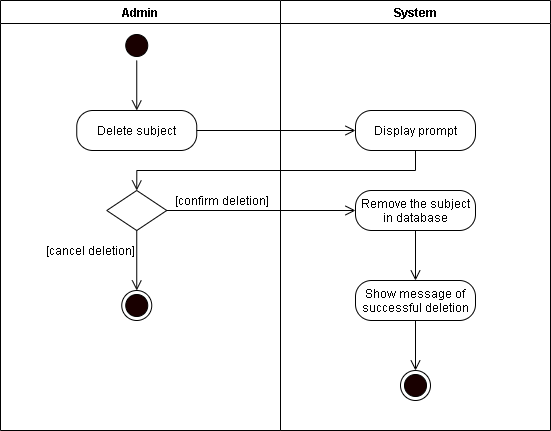
The draw.io diagram REVISIONS/UML-DIAGRAMS/6-9-2021/ACTIVITY DIAGRAM/15-Delete Subject.png in mrklglsn/CAPSTONE-FILES, before a commit. Source tidied: cells renumbered, new cells last; positions are measured from the earlier drawing's top-left corner, leaving out a move shared by most shapes. The source it was exported from:
```xml
<mxGraphModel>
  <root>
    <mxCell id="0" />
    <mxCell id="1" parent="0" />
    <mxCell id="2" value="Admin" style="swimlane;startSize=23;" parent="1" vertex="1">
      <mxGeometry width="280" height="430" as="geometry" />
    </mxCell>
    <mxCell id="3" style="edgeStyle=orthogonalEdgeStyle;rounded=0;jettySize=auto;html=1;exitX=0.5;exitY=1;exitDx=0;exitDy=0;entryX=0.5;entryY=0;entryDx=0;entryDy=0;endArrow=open;endFill=0;endSize=8;" parent="2" edge="1" source="4">
      <mxGeometry relative="1" as="geometry">
        <mxPoint x="136.2" y="110" as="targetPoint" />
      </mxGeometry>
    </mxCell>
    <mxCell id="4" style="ellipse;html=1;shape=startState;fillColor=#190000;" parent="2" vertex="1">
      <mxGeometry x="121.2" y="30" width="30" height="30" as="geometry" />
    </mxCell>
    <mxCell id="5" value="Delete subject" style="rounded=1;whiteSpace=wrap;html=1;arcSize=40;" parent="2" vertex="1">
      <mxGeometry x="76.2" y="110" width="120" height="40" as="geometry" />
    </mxCell>
    <mxCell id="6" style="rhombus;whiteSpace=wrap;html=1;" parent="2" vertex="1">
      <mxGeometry x="106.2" y="190" width="60" height="40" as="geometry" />
    </mxCell>
    <mxCell id="7" value="[confirm deletion]" style="text;html=1;align=center;verticalAlign=middle;strokeColor=none;" parent="2" vertex="1">
      <mxGeometry x="166.2" y="190" width="110" height="20" as="geometry" />
    </mxCell>
    <mxCell id="8" value="[cancel deletion]" style="text;html=1;align=center;verticalAlign=middle;strokeColor=none;" parent="2" vertex="1">
      <mxGeometry x="40" y="240" width="100" height="20" as="geometry" />
    </mxCell>
    <mxCell id="9" style="ellipse;html=1;shape=endState;fillColor=#190000;" parent="2" vertex="1">
      <mxGeometry x="121.2" y="290" width="30" height="30" as="geometry" />
    </mxCell>
    <mxCell id="10" style="edgeStyle=orthogonalEdgeStyle;rounded=0;jettySize=auto;html=1;exitX=0.5;exitY=1;exitDx=0;exitDy=0;endArrow=open;endFill=0;endSize=8;entryX=0.5;entryY=0;entryDx=0;entryDy=0;" parent="2" edge="1" source="6" target="9">
      <mxGeometry relative="1" as="geometry" />
    </mxCell>
    <mxCell id="11" value="System" style="swimlane;" parent="1" vertex="1">
      <mxGeometry x="280" width="270" height="430" as="geometry" />
    </mxCell>
    <mxCell id="12" value="Display prompt" style="rounded=1;whiteSpace=wrap;html=1;arcSize=40;" parent="11" vertex="1">
      <mxGeometry x="75" y="110" width="120" height="40" as="geometry" />
    </mxCell>
    <mxCell id="13" value="Remove the subject in database" style="rounded=1;whiteSpace=wrap;html=1;arcSize=40;" parent="11" vertex="1">
      <mxGeometry x="75" y="190" width="120" height="40" as="geometry" />
    </mxCell>
    <mxCell id="14" value="Show message of successful deletion" style="rounded=1;whiteSpace=wrap;html=1;arcSize=40;" parent="11" vertex="1">
      <mxGeometry x="75" y="280" width="120" height="40" as="geometry" />
    </mxCell>
    <mxCell id="15" style="ellipse;html=1;shape=endState;fillColor=#190000;" parent="11" vertex="1">
      <mxGeometry x="120" y="370" width="30" height="30" as="geometry" />
    </mxCell>
    <mxCell id="16" style="edgeStyle=orthogonalEdgeStyle;rounded=0;jettySize=auto;html=1;exitX=1;exitY=0.5;exitDx=0;exitDy=0;endArrow=open;endFill=0;endSize=8;entryX=0;entryY=0.5;entryDx=0;entryDy=0;" parent="1" edge="1" source="5" target="12">
      <mxGeometry relative="1" as="geometry" />
    </mxCell>
    <mxCell id="17" style="edgeStyle=orthogonalEdgeStyle;rounded=0;jettySize=auto;html=1;exitX=0.5;exitY=1;exitDx=0;exitDy=0;endArrow=open;endFill=0;endSize=8;entryX=0.5;entryY=0;entryDx=0;entryDy=0;" parent="1" edge="1" source="12" target="6">
      <mxGeometry relative="1" as="geometry" />
    </mxCell>
    <mxCell id="18" style="edgeStyle=orthogonalEdgeStyle;rounded=0;jettySize=auto;html=1;exitX=1;exitY=0.5;exitDx=0;exitDy=0;endArrow=open;endFill=0;endSize=8;entryX=0;entryY=0.5;entryDx=0;entryDy=0;" parent="1" edge="1" source="6" target="13">
      <mxGeometry relative="1" as="geometry" />
    </mxCell>
    <mxCell id="19" style="edgeStyle=orthogonalEdgeStyle;rounded=0;jettySize=auto;html=1;exitX=0.5;exitY=1;exitDx=0;exitDy=0;endArrow=open;endFill=0;endSize=8;" parent="1" edge="1" source="13">
      <mxGeometry relative="1" as="geometry">
        <mxPoint x="415" y="280" as="targetPoint" />
      </mxGeometry>
    </mxCell>
    <mxCell id="20" style="edgeStyle=orthogonalEdgeStyle;rounded=0;jettySize=auto;html=1;exitX=0.5;exitY=1;exitDx=0;exitDy=0;endArrow=open;endFill=0;endSize=8;" parent="1" edge="1" source="14">
      <mxGeometry relative="1" as="geometry">
        <mxPoint x="415" y="370" as="targetPoint" />
      </mxGeometry>
    </mxCell>
  </root>
</mxGraphModel>
```
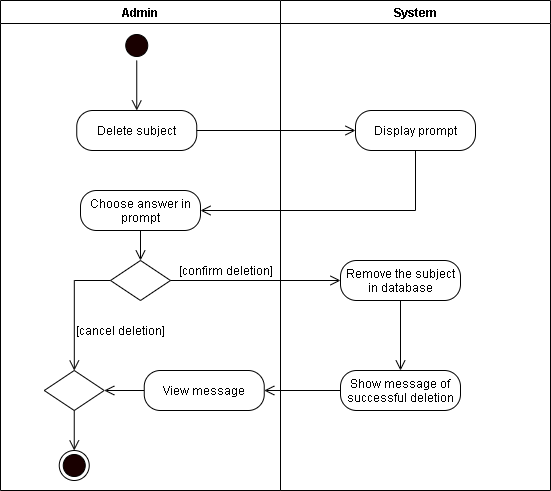
After the change.

Diff of the diagram source:
```diff
@@ -3,7 +3,7 @@
     <mxCell id="0" />
     <mxCell id="1" parent="0" />
     <mxCell id="2" value="Admin" style="swimlane;startSize=23;" parent="1" vertex="1">
-      <mxGeometry width="280" height="430" as="geometry" />
+      <mxGeometry width="280" height="490" as="geometry" />
     </mxCell>
     <mxCell id="3" style="edgeStyle=orthogonalEdgeStyle;rounded=0;jettySize=auto;html=1;exitX=0.5;exitY=1;exitDx=0;exitDy=0;entryX=0.5;entryY=0;entryDx=0;entryDy=0;endArrow=open;endFill=0;endSize=8;" parent="2" edge="1" source="4">
       <mxGeometry relative="1" as="geometry">
@@ -16,54 +16,65 @@
     <mxCell id="5" value="Delete subject" style="rounded=1;whiteSpace=wrap;html=1;arcSize=40;" parent="2" vertex="1">
       <mxGeometry x="76.2" y="110" width="120" height="40" as="geometry" />
     </mxCell>
+    <mxCell id="21" style="edgeStyle=orthogonalEdgeStyle;rounded=0;jettySize=auto;html=1;exitX=0;exitY=0.5;exitDx=0;exitDy=0;endArrow=open;endFill=0;endSize=8;" parent="2" edge="1" source="6" target="23">
+      <mxGeometry relative="1" as="geometry" />
+    </mxCell>
     <mxCell id="6" style="rhombus;whiteSpace=wrap;html=1;" parent="2" vertex="1">
-      <mxGeometry x="106.2" y="190" width="60" height="40" as="geometry" />
+      <mxGeometry x="110" y="260" width="60" height="40" as="geometry" />
     </mxCell>
     <mxCell id="7" value="[confirm deletion]" style="text;html=1;align=center;verticalAlign=middle;strokeColor=none;" parent="2" vertex="1">
-      <mxGeometry x="166.2" y="190" width="110" height="20" as="geometry" />
+      <mxGeometry x="170" y="260" width="110" height="20" as="geometry" />
     </mxCell>
     <mxCell id="8" value="[cancel deletion]" style="text;html=1;align=center;verticalAlign=middle;strokeColor=none;" parent="2" vertex="1">
-      <mxGeometry x="40" y="240" width="100" height="20" as="geometry" />
+      <mxGeometry x="70" y="320" width="100" height="20" as="geometry" />
     </mxCell>
     <mxCell id="9" style="ellipse;html=1;shape=endState;fillColor=#190000;" parent="2" vertex="1">
-      <mxGeometry x="121.2" y="290" width="30" height="30" as="geometry" />
+      <mxGeometry x="58.8" y="450" width="30" height="30" as="geometry" />
     </mxCell>
-    <mxCell id="10" style="edgeStyle=orthogonalEdgeStyle;rounded=0;jettySize=auto;html=1;exitX=0.5;exitY=1;exitDx=0;exitDy=0;endArrow=open;endFill=0;endSize=8;entryX=0.5;entryY=0;entryDx=0;entryDy=0;" parent="2" edge="1" source="6" target="9">
-      <mxGeometry relative="1" as="geometry" />
-    </mxCell>
+    <mxCell id="22" style="edgeStyle=orthogonalEdgeStyle;rounded=0;jettySize=auto;html=1;exitX=0.5;exitY=1;exitDx=0;exitDy=0;endArrow=open;endFill=0;endSize=8;" parent="2" edge="1" source="23" target="9">
+      <mxGeometry relative="1" as="geometry" />
+    </mxCell>
+    <mxCell id="23" style="rhombus;whiteSpace=wrap;html=1;" parent="2" vertex="1">
+      <mxGeometry x="43.8" y="370" width="60" height="40" as="geometry" />
+    </mxCell>
+    <mxCell id="24" style="edgeStyle=orthogonalEdgeStyle;rounded=0;jettySize=auto;html=1;exitX=0;exitY=0.5;exitDx=0;exitDy=0;entryX=1;entryY=0.5;entryDx=0;entryDy=0;endArrow=open;endFill=0;endSize=8;" parent="2" edge="1" source="25" target="23">
+      <mxGeometry relative="1" as="geometry" />
+    </mxCell>
+    <mxCell id="25" value="View message" style="rounded=1;whiteSpace=wrap;html=1;arcSize=40;" parent="2" vertex="1">
+      <mxGeometry x="143.8" y="370" width="120" height="40" as="geometry" />
+    </mxCell>
+    <mxCell id="26" style="edgeStyle=orthogonalEdgeStyle;rounded=0;jettySize=auto;html=1;exitX=0.5;exitY=1;exitDx=0;exitDy=0;endArrow=open;endFill=0;endSize=8;" parent="2" edge="1" source="27" target="6">
+      <mxGeometry relative="1" as="geometry" />
+    </mxCell>
+    <mxCell id="27" value="Choose answer in prompt" style="rounded=1;whiteSpace=wrap;html=1;arcSize=40;" parent="2" vertex="1">
+      <mxGeometry x="80" y="190" width="120" height="40" as="geometry" />
+    </mxCell>
     <mxCell id="11" value="System" style="swimlane;" parent="1" vertex="1">
-      <mxGeometry x="280" width="270" height="430" as="geometry" />
+      <mxGeometry x="280" width="270" height="490" as="geometry" />
     </mxCell>
     <mxCell id="12" value="Display prompt" style="rounded=1;whiteSpace=wrap;html=1;arcSize=40;" parent="11" vertex="1">
       <mxGeometry x="75" y="110" width="120" height="40" as="geometry" />
     </mxCell>
+    <mxCell id="28" style="edgeStyle=orthogonalEdgeStyle;rounded=0;jettySize=auto;html=1;exitX=0.5;exitY=1;exitDx=0;exitDy=0;endArrow=open;endFill=0;endSize=8;" parent="11" edge="1" source="13" target="14">
+      <mxGeometry relative="1" as="geometry" />
+    </mxCell>
     <mxCell id="13" value="Remove the subject in database" style="rounded=1;whiteSpace=wrap;html=1;arcSize=40;" parent="11" vertex="1">
-      <mxGeometry x="75" y="190" width="120" height="40" as="geometry" />
+      <mxGeometry x="60" y="260" width="120" height="40" as="geometry" />
     </mxCell>
     <mxCell id="14" value="Show message of successful deletion" style="rounded=1;whiteSpace=wrap;html=1;arcSize=40;" parent="11" vertex="1">
-      <mxGeometry x="75" y="280" width="120" height="40" as="geometry" />
+      <mxGeometry x="60" y="370" width="120" height="40" as="geometry" />
     </mxCell>
-    <mxCell id="15" style="ellipse;html=1;shape=endState;fillColor=#190000;" parent="11" vertex="1">
-      <mxGeometry x="120" y="370" width="30" height="30" as="geometry" />
-    </mxCell>
     <mxCell id="16" style="edgeStyle=orthogonalEdgeStyle;rounded=0;jettySize=auto;html=1;exitX=1;exitY=0.5;exitDx=0;exitDy=0;endArrow=open;endFill=0;endSize=8;entryX=0;entryY=0.5;entryDx=0;entryDy=0;" parent="1" edge="1" source="5" target="12">
       <mxGeometry relative="1" as="geometry" />
     </mxCell>
-    <mxCell id="17" style="edgeStyle=orthogonalEdgeStyle;rounded=0;jettySize=auto;html=1;exitX=0.5;exitY=1;exitDx=0;exitDy=0;endArrow=open;endFill=0;endSize=8;entryX=0.5;entryY=0;entryDx=0;entryDy=0;" parent="1" edge="1" source="12" target="6">
-      <mxGeometry relative="1" as="geometry" />
-    </mxCell>
     <mxCell id="18" style="edgeStyle=orthogonalEdgeStyle;rounded=0;jettySize=auto;html=1;exitX=1;exitY=0.5;exitDx=0;exitDy=0;endArrow=open;endFill=0;endSize=8;entryX=0;entryY=0.5;entryDx=0;entryDy=0;" parent="1" edge="1" source="6" target="13">
       <mxGeometry relative="1" as="geometry" />
     </mxCell>
-    <mxCell id="19" style="edgeStyle=orthogonalEdgeStyle;rounded=0;jettySize=auto;html=1;exitX=0.5;exitY=1;exitDx=0;exitDy=0;endArrow=open;endFill=0;endSize=8;" parent="1" edge="1" source="13">
-      <mxGeometry relative="1" as="geometry">
-        <mxPoint x="415" y="280" as="targetPoint" />
-      </mxGeometry>
-    </mxCell>
-    <mxCell id="20" style="edgeStyle=orthogonalEdgeStyle;rounded=0;jettySize=auto;html=1;exitX=0.5;exitY=1;exitDx=0;exitDy=0;endArrow=open;endFill=0;endSize=8;" parent="1" edge="1" source="14">
-      <mxGeometry relative="1" as="geometry">
-        <mxPoint x="415" y="370" as="targetPoint" />
-      </mxGeometry>
-    </mxCell>
+    <mxCell id="29" style="edgeStyle=orthogonalEdgeStyle;rounded=0;jettySize=auto;html=1;exitX=0;exitY=0.5;exitDx=0;exitDy=0;entryX=1;entryY=0.5;entryDx=0;entryDy=0;endArrow=open;endFill=0;endSize=8;" parent="1" edge="1" source="14" target="25">
+      <mxGeometry relative="1" as="geometry" />
+    </mxCell>
+    <mxCell id="30" style="edgeStyle=orthogonalEdgeStyle;rounded=0;jettySize=auto;html=1;exitX=0.5;exitY=1;exitDx=0;exitDy=0;endArrow=open;endFill=0;endSize=8;entryX=1;entryY=0.5;entryDx=0;entryDy=0;" parent="1" edge="1" source="12" target="27">
+      <mxGeometry relative="1" as="geometry" />
+    </mxCell>
   </root>
 </mxGraphModel>
```
